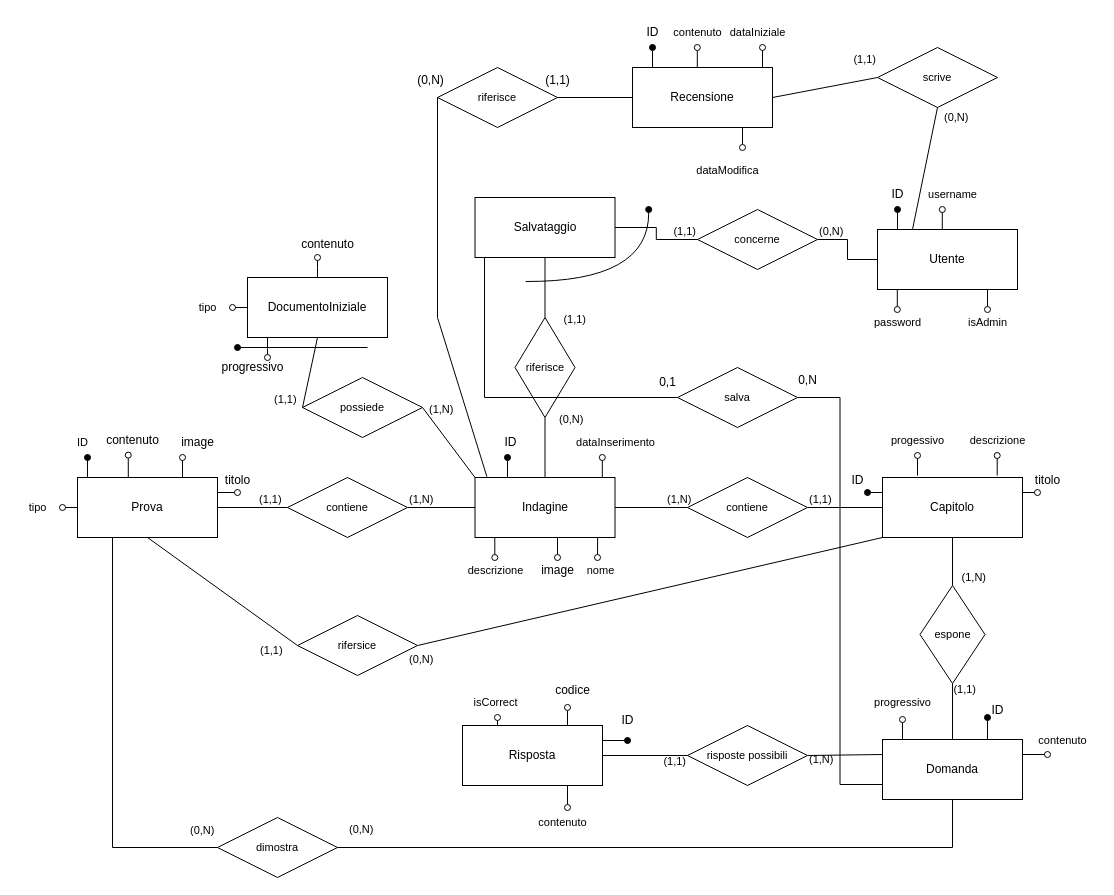
samuele-visentin/unipd-TecWeb keeps this draw.io diagram as database/TecWeb.drawio. Above is the earlier version. Source tidied: cells renumbered, new cells numbered last; positions are measured from the earlier drawing's top-left corner, leaving out a move shared by most shapes. Both pictures are drawn from the tidied source at 100%, with x=0, y=0 at pixel (17, 17).
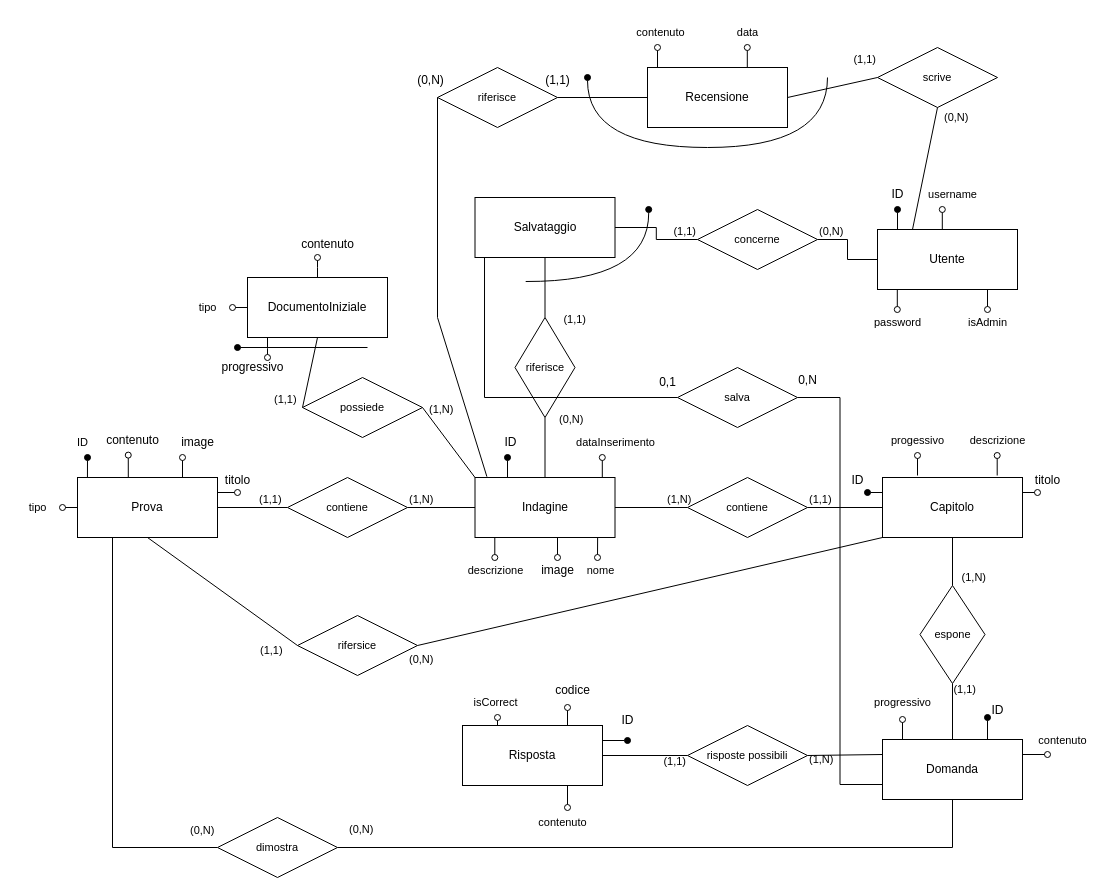
The same page after the edit.

The edit, as a diff of the source:
```diff
@@
-    <mxCell id="98" style="rounded=0;orthogonalLoop=1;jettySize=auto;html=1;endArrow=oval;endFill=1;" parent="1" edge="1">
-      <mxGeometry relative="1" as="geometry">
-        <mxPoint x="635" y="50" as="sourcePoint" />
-        <mxPoint x="635" y="30" as="targetPoint" />
-      </mxGeometry>
-    </mxCell>
     <mxCell id="99" value="Recensione" style="whiteSpace=wrap;html=1;align=center;" parent="1" vertex="1">
-      <mxGeometry x="615" y="50" width="140" height="60" as="geometry" />
+      <mxGeometry x="630" y="50" width="140" height="60" as="geometry" />
     </mxCell>
-    <mxCell id="100" value="ID" style="text;html=1;align=center;verticalAlign=middle;strokeColor=none;fillColor=none;" parent="1" vertex="1">
-      <mxGeometry x="615" width="40" height="30" as="geometry" />
-    </mxCell>
     <mxCell id="101" style="rounded=0;orthogonalLoop=1;jettySize=auto;html=1;endArrow=oval;endFill=0;" parent="1" edge="1">
       <mxGeometry relative="1" as="geometry">
-        <mxPoint x="679.8" y="50" as="sourcePoint" />
-        <mxPoint x="679.8" y="30" as="targetPoint" />
+        <mxPoint x="640" y="50" as="sourcePoint" />
+        <mxPoint x="640" y="30" as="targetPoint" />
       </mxGeometry>
     </mxCell>
     <mxCell id="102" value="contenuto" style="text;html=1;align=center;verticalAlign=middle;strokeColor=none;fillColor=none;fontSize=11;fontFamily=Helvetica;fontColor=default;" parent="1" vertex="1">
-      <mxGeometry x="645" width="70" height="30" as="geometry" />
+      <mxGeometry x="607.5" width="70" height="30" as="geometry" />
     </mxCell>
     <mxCell id="103" style="rounded=0;orthogonalLoop=1;jettySize=auto;html=1;endArrow=oval;endFill=0;" parent="1" edge="1">
       <mxGeometry relative="1" as="geometry">
-        <mxPoint x="745" y="50" as="sourcePoint" />
-        <mxPoint x="745" y="30" as="targetPoint" />
+        <mxPoint x="729.8" y="50" as="sourcePoint" />
+        <mxPoint x="729.8" y="30" as="targetPoint" />
       </mxGeometry>
     </mxCell>
-    <mxCell id="104" value="dataIniziale" style="text;html=1;align=center;verticalAlign=middle;strokeColor=none;fillColor=none;fontSize=11;fontFamily=Helvetica;fontColor=default;" parent="1" vertex="1">
-      <mxGeometry x="700" width="80" height="30" as="geometry" />
+    <mxCell id="104" value="data" style="text;html=1;align=center;verticalAlign=middle;strokeColor=none;fillColor=none;fontSize=11;fontFamily=Helvetica;fontColor=default;" parent="1" vertex="1">
+      <mxGeometry x="710" width="40" height="30" as="geometry" />
     </mxCell>
-    <mxCell id="105" style="rounded=0;orthogonalLoop=1;jettySize=auto;html=1;endArrow=oval;endFill=0;" parent="1" edge="1">
-      <mxGeometry relative="1" as="geometry">
-        <mxPoint x="725" y="110" as="sourcePoint" />
-        <mxPoint x="725" y="130" as="targetPoint" />
-      </mxGeometry>
-    </mxCell>
-    <mxCell id="106" value="dataModifica" style="text;html=1;align=center;verticalAlign=middle;strokeColor=none;fillColor=none;fontSize=11;fontFamily=Helvetica;fontColor=default;" parent="1" vertex="1">
-      <mxGeometry x="665" y="138" width="90" height="30" as="geometry" />
-    </mxCell>
@@
+    <mxCell id="140" style="edgeStyle=orthogonalEdgeStyle;shape=connector;rounded=0;orthogonalLoop=1;jettySize=auto;html=1;labelBackgroundColor=default;strokeColor=default;align=center;verticalAlign=middle;fontFamily=Helvetica;fontSize=11;fontColor=default;endArrow=oval;endFill=1;curved=1;" parent="1" edge="1">
+      <mxGeometry relative="1" as="geometry">
+        <mxPoint x="810" y="60" as="sourcePoint" />
+        <mxPoint x="570" y="60" as="targetPoint" />
+        <Array as="points">
+          <mxPoint x="810" y="130" />
+          <mxPoint x="570" y="130" />
+        </Array>
+      </mxGeometry>
+    </mxCell>
```
